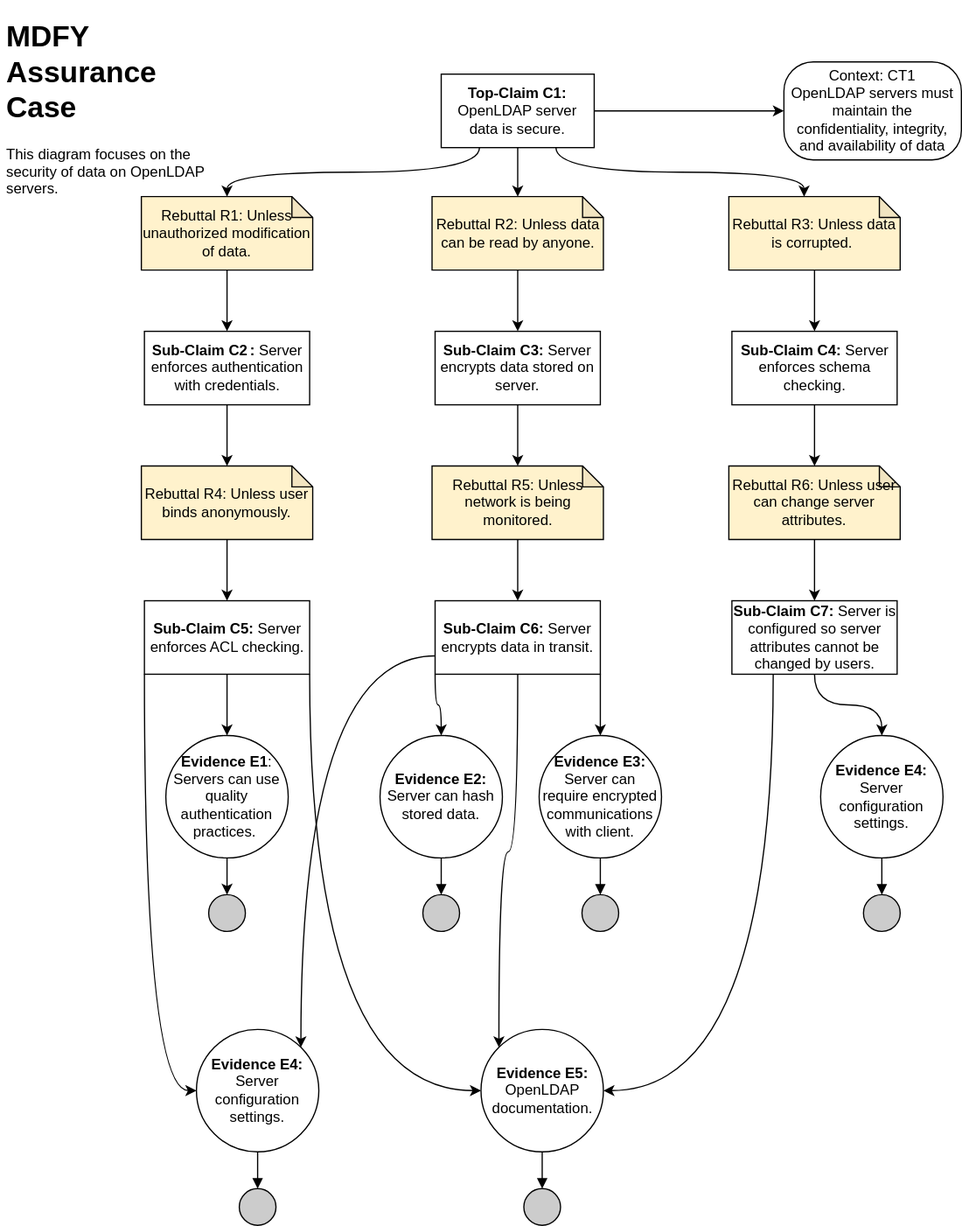
bartelsjoshuac/SAPG keeps this draw.io diagram as images/MDFY_Assurance_Case.drawio.svg. Above is the earlier version. Source tidied: cells renumbered, new cells last; positions are measured from the earlier drawing's top-left corner, leaving out a move shared by most shapes.
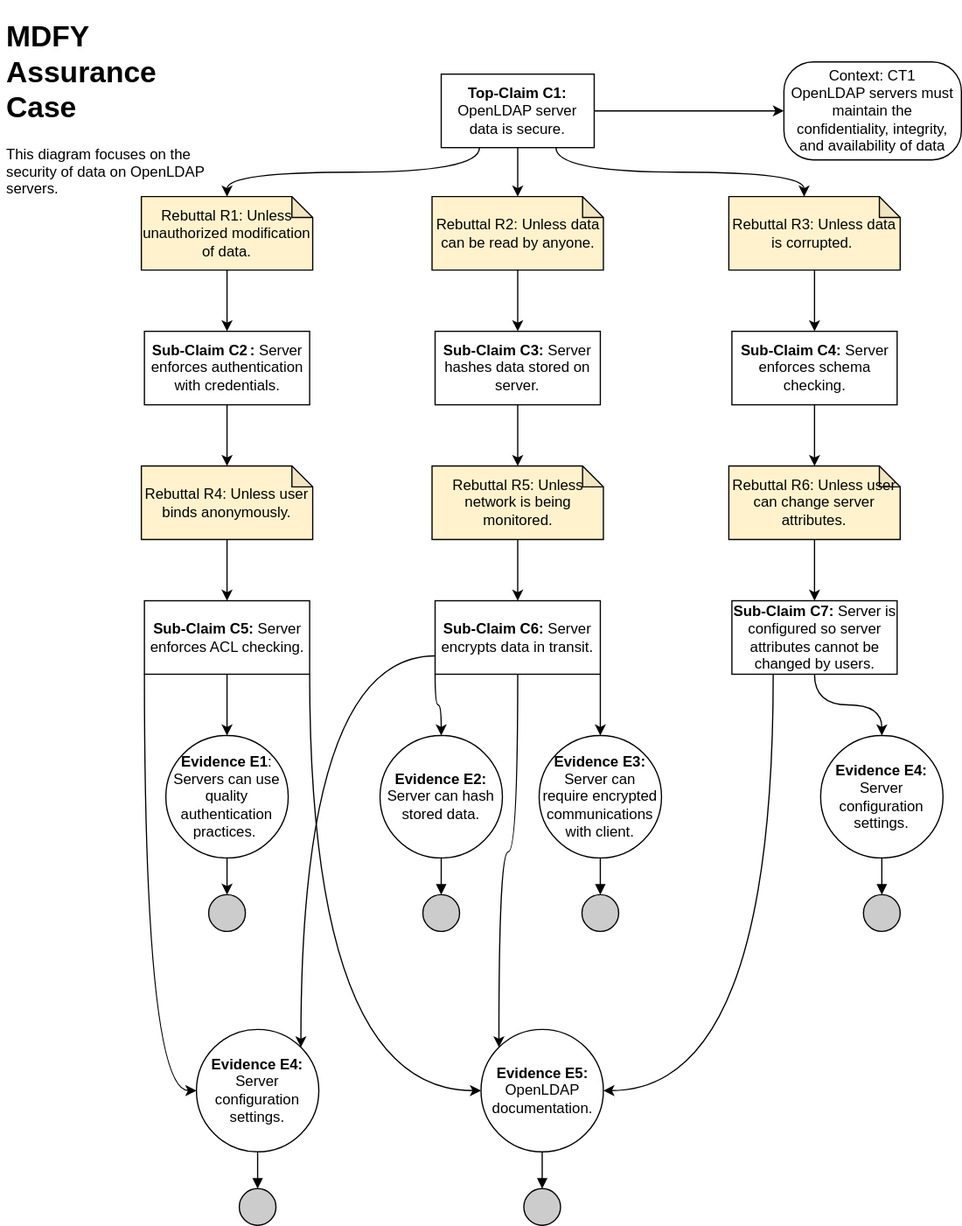
Later version of the same file.

The edit, as a diff of the source:
```diff
@@ -71,7 +71,7 @@
     <mxCell id="24" value="Rebuttal R4: Unless user binds anonymously." style="shape=note;whiteSpace=wrap;html=1;backgroundOutline=1;darkOpacity=0.05;size=17;fillColor=#FFF2CC;" parent="1" vertex="1">
       <mxGeometry x="115" y="370" width="140" height="60" as="geometry" />
     </mxCell>
-    <mxCell id="25" value="&lt;b&gt;Sub-Claim C3: &lt;/b&gt;Server encrypts data stored on server." style="rounded=0;whiteSpace=wrap;html=1;" parent="1" vertex="1">
+    <mxCell id="25" value="&lt;b&gt;Sub-Claim C3: &lt;/b&gt;Server hashes data stored on server." style="rounded=0;whiteSpace=wrap;html=1;" parent="1" vertex="1">
       <mxGeometry x="355" y="260" width="135" height="60" as="geometry" />
     </mxCell>
     <mxCell id="26" style="edgeStyle=orthogonalEdgeStyle;rounded=0;jettySize=auto;html=1;exitX=0;exitY=1;exitDx=0;exitDy=0;entryX=0.5;entryY=0;entryDx=0;entryDy=0;curved=1;" parent="1" edge="1" source="30" target="43">
```
